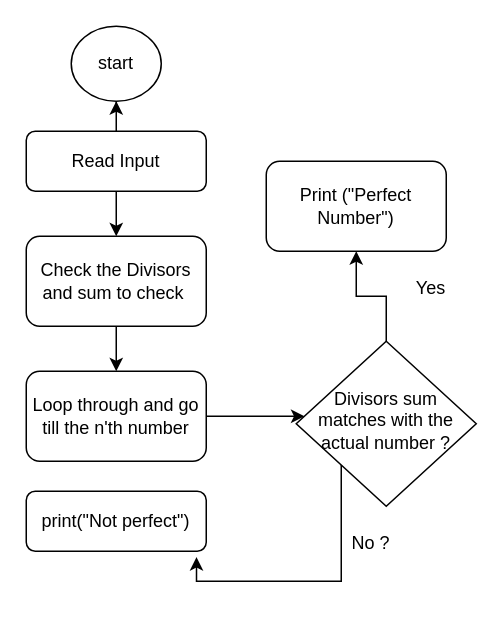
This is perfect-number-flowchart.drawio from abdullahmiraz/c-sharp-diagrams, a draw.io file, before an edit. Source tidied: cells renumbered, new cells numbered last; positions are measured from the earlier drawing's top-left corner, leaving out a move shared by most shapes. Both pictures are drawn from the tidied source at 150%, with x=0, y=0 at pixel (26, 26).
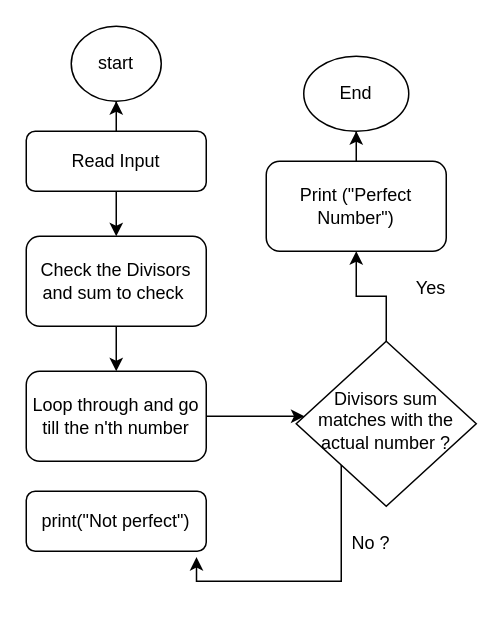
After the change.

The change refers to these unchanged cells:
```xml
<mxCell id="14" value="Print (&quot;Perfect Number&quot;)" style="rounded=1;whiteSpace=wrap;html=1;" parent="1" vertex="1">
  <mxGeometry x="160" y="90" width="120" height="60" as="geometry" />
</mxCell>
```

Change to the diagram source:
```diff
@@
+    <mxCell id="17" style="edgeStyle=orthogonalEdgeStyle;rounded=0;jettySize=auto;html=1;" parent="1" edge="1" source="14" target="18">
+      <mxGeometry relative="1" as="geometry" />
+    </mxCell>
@@
+    <mxCell id="18" value="End" style="ellipse;whiteSpace=wrap;html=1;" parent="1" vertex="1">
+      <mxGeometry x="185" y="20" width="70" height="50" as="geometry" />
+    </mxCell>
```
